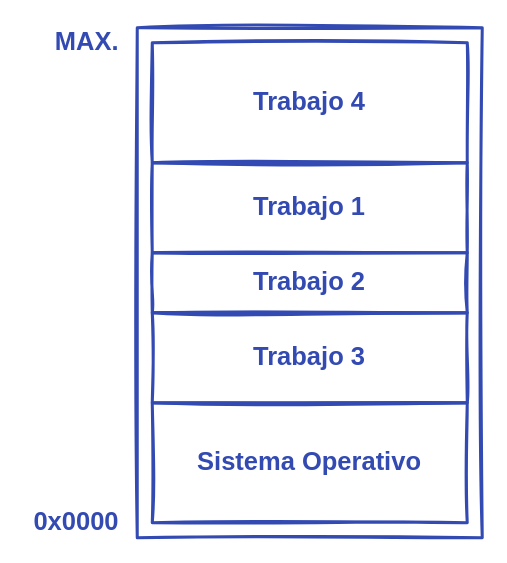
Before: content/media/C15-memoria_principal/particionado_fijo.drawio in ull-esit-sistemas-operativos/ssoo-apuntes, a draw.io diagram. Source tidied: cells renumbered, new cells numbered last; positions are measured from the earlier drawing's top-left corner, leaving out a move shared by most shapes. Both pictures are drawn from the tidied source at 150%, with x=0, y=0 at pixel (24, 27).
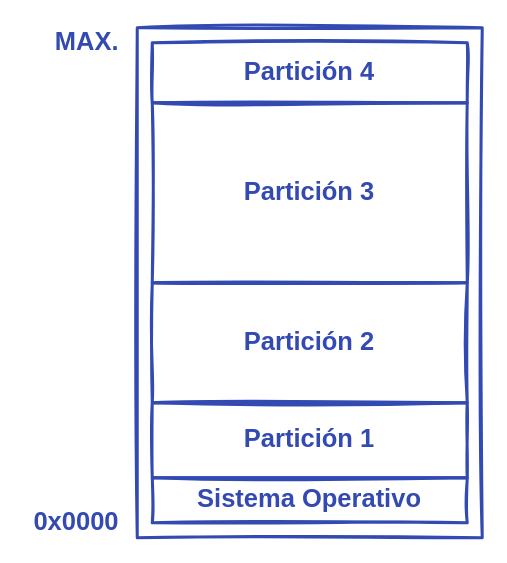
The same page after the edit.

Commit message:
content: Cambios en particionado fijo

Diff of the diagram source:
```diff
@@
 <mxGraphModel>
   <root>
     <mxCell id="0" />
     <mxCell id="1" parent="0" />
     <mxCell id="2" style="rounded=0;shadow=0;sketch=1;strokeWidth=2;fillColor=none;fontFamily=Ink Free;fontSize=17;spacing=20;strokeColor=#324AB2;fontColor=#324AB2;spacingBottom=5;fontStyle=1;" parent="1" vertex="1">
       <mxGeometry x="75" width="230" height="340" as="geometry" />
     </mxCell>
     <mxCell id="3" value="Sistema Operativo" style="rounded=0;shadow=0;sketch=1;strokeWidth=2;fillColor=none;fontFamily=Ink Free;fontSize=17;spacing=20;strokeColor=#324AB2;fontColor=#324AB2;spacingBottom=5;fontStyle=1;" parent="1" vertex="1">
-      <mxGeometry x="85" y="250" width="210" height="80" as="geometry" />
+      <mxGeometry x="85" y="300" width="210" height="30" as="geometry" />
     </mxCell>
-    <mxCell id="4" value="Trabajo 1" style="rounded=0;shadow=0;sketch=1;strokeWidth=2;fillColor=none;fontFamily=Ink Free;fontSize=17;spacing=20;strokeColor=#324AB2;fontColor=#324AB2;spacingBottom=5;fontStyle=1;" parent="1" vertex="1">
-      <mxGeometry x="85" y="90" width="210" height="60" as="geometry" />
+    <mxCell id="4" value="Partición 1" style="rounded=0;shadow=0;sketch=1;strokeWidth=2;fillColor=none;fontFamily=Ink Free;fontSize=17;spacing=20;strokeColor=#324AB2;fontColor=#324AB2;spacingBottom=5;fontStyle=1;" parent="1" vertex="1">
+      <mxGeometry x="85" y="250" width="210" height="50" as="geometry" />
     </mxCell>
-    <mxCell id="5" value="Trabajo 2" style="rounded=0;shadow=0;sketch=1;strokeWidth=2;fillColor=none;fontFamily=Ink Free;fontSize=17;spacing=20;strokeColor=#324AB2;fontColor=#324AB2;spacingBottom=5;fontStyle=1;" parent="1" vertex="1">
-      <mxGeometry x="85" y="150" width="210" height="40" as="geometry" />
+    <mxCell id="5" value="Partición 2" style="rounded=0;shadow=0;sketch=1;strokeWidth=2;fillColor=none;fontFamily=Ink Free;fontSize=17;spacing=20;strokeColor=#324AB2;fontColor=#324AB2;spacingBottom=5;fontStyle=1;" parent="1" vertex="1">
+      <mxGeometry x="85" y="170" width="210" height="80" as="geometry" />
     </mxCell>
-    <mxCell id="6" value="Trabajo 3" style="rounded=0;shadow=0;sketch=1;strokeWidth=2;fillColor=none;fontFamily=Ink Free;fontSize=17;spacing=20;strokeColor=#324AB2;fontColor=#324AB2;spacingBottom=5;fontStyle=1;" parent="1" vertex="1">
-      <mxGeometry x="85" y="190" width="210" height="60" as="geometry" />
+    <mxCell id="6" value="Partición 3" style="rounded=0;shadow=0;sketch=1;strokeWidth=2;fillColor=none;fontFamily=Ink Free;fontSize=17;spacing=20;strokeColor=#324AB2;fontColor=#324AB2;spacingBottom=5;fontStyle=1;" parent="1" vertex="1">
+      <mxGeometry x="85" y="50" width="210" height="120" as="geometry" />
     </mxCell>
-    <mxCell id="7" value="Trabajo 4" style="rounded=0;shadow=0;sketch=1;strokeWidth=2;fillColor=none;fontFamily=Ink Free;fontSize=17;spacing=20;strokeColor=#324AB2;fontColor=#324AB2;spacingBottom=5;fontStyle=1;" parent="1" vertex="1">
-      <mxGeometry x="85" y="10" width="210" height="80" as="geometry" />
+    <mxCell id="7" value="Partición 4" style="rounded=0;shadow=0;sketch=1;strokeWidth=2;fillColor=none;fontFamily=Ink Free;fontSize=17;spacing=20;strokeColor=#324AB2;fontColor=#324AB2;spacingBottom=5;fontStyle=1;" parent="1" vertex="1">
+      <mxGeometry x="85" y="10" width="210" height="40" as="geometry" />
     </mxCell>
     <mxCell id="8" value="0x0000" style="text;strokeColor=none;fillColor=none;align=right;verticalAlign=middle;rounded=0;shadow=0;sketch=1;fontFamily=Ink Free;fontSize=17;fontStyle=1;spacingRight=10;fontColor=#324AB2;spacingBottom=5;" parent="1" vertex="1">
       <mxGeometry y="320" width="75" height="20" as="geometry" />
     </mxCell>
     <mxCell id="9" value="MAX." style="text;strokeColor=none;fillColor=none;align=right;verticalAlign=middle;rounded=0;shadow=0;sketch=1;fontFamily=Ink Free;fontSize=17;fontStyle=1;spacingRight=10;fontColor=#324AB2;spacingBottom=5;" parent="1" vertex="1">
       <mxGeometry width="75" height="20" as="geometry" />
     </mxCell>
   </root>
 </mxGraphModel>
```
